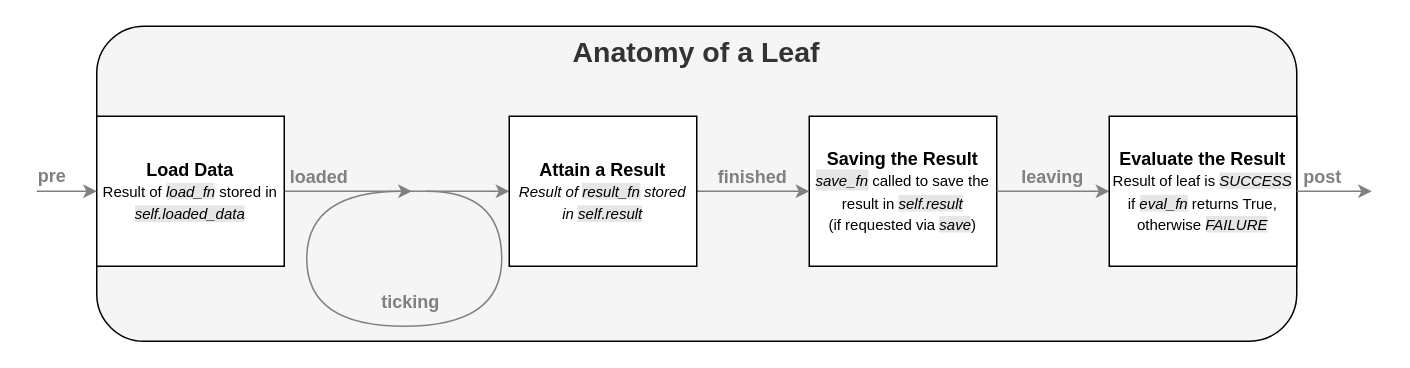
This is docs/leaf_anatomy.drawio from qcr/ros_trees, a draw.io file, before an edit. Source tidied: cells renumbered, new cells numbered last; positions are measured from the earlier drawing's top-left corner, leaving out a move shared by most shapes. Both pictures are drawn from the tidied source at 150%, with x=0, y=0 at pixel (36, 26).
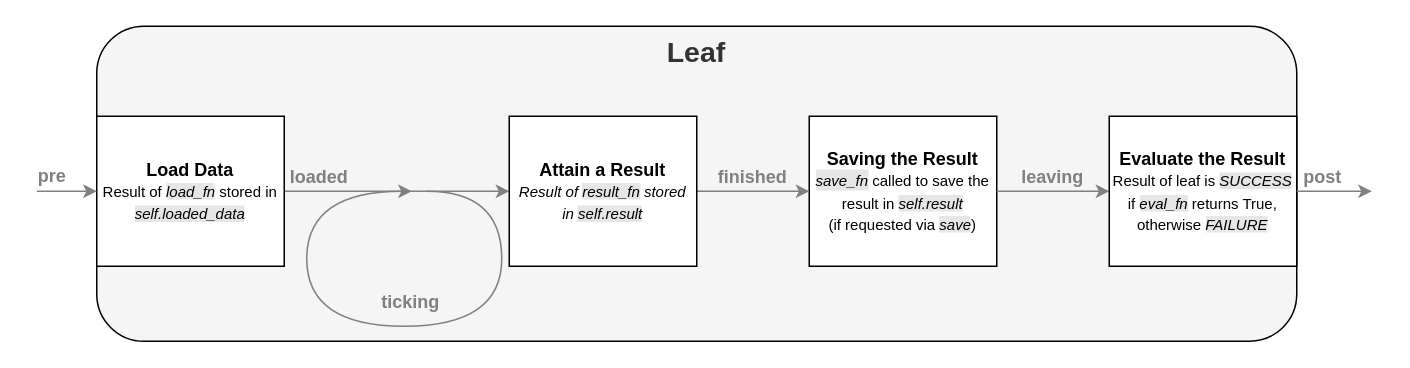
The same diagram, later.

Change to the diagram source:
```diff
@@
-    <mxCell id="2" value="Anatomy of a Leaf" style="rounded=1;whiteSpace=wrap;html=1;horizontal=1;verticalAlign=top;fontSize=19;fontStyle=1;fillColor=#f5f5f5;strokeColor=#000000;fontColor=#333333;" parent="1" vertex="1">
+    <mxCell id="2" value="Leaf" style="rounded=1;whiteSpace=wrap;html=1;horizontal=1;verticalAlign=top;fontSize=19;fontStyle=1;fillColor=#f5f5f5;strokeColor=#000000;fontColor=#333333;" parent="1" vertex="1">
       <mxGeometry x="40" width="800" height="210" as="geometry" />
     </mxCell>
```
